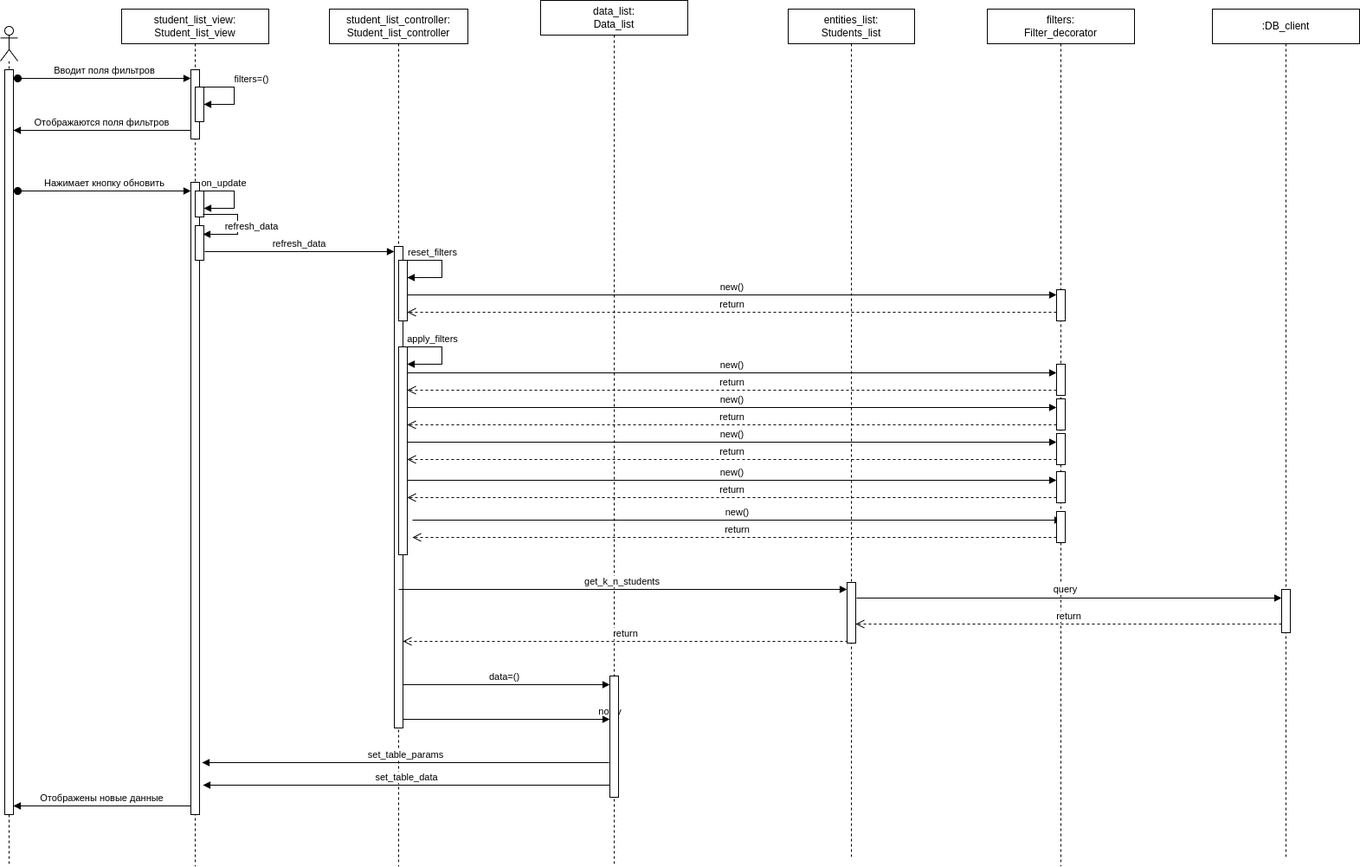
Before: student/media/diagrams/sequence_diagram_for_students_filtering.png, a diagram exported from draw.io (ZaiiiRan/design_patterns). Source tidied: cells renumbered, new cells last; positions are measured from the earlier drawing's top-left corner, leaving out a move shared by most shapes.
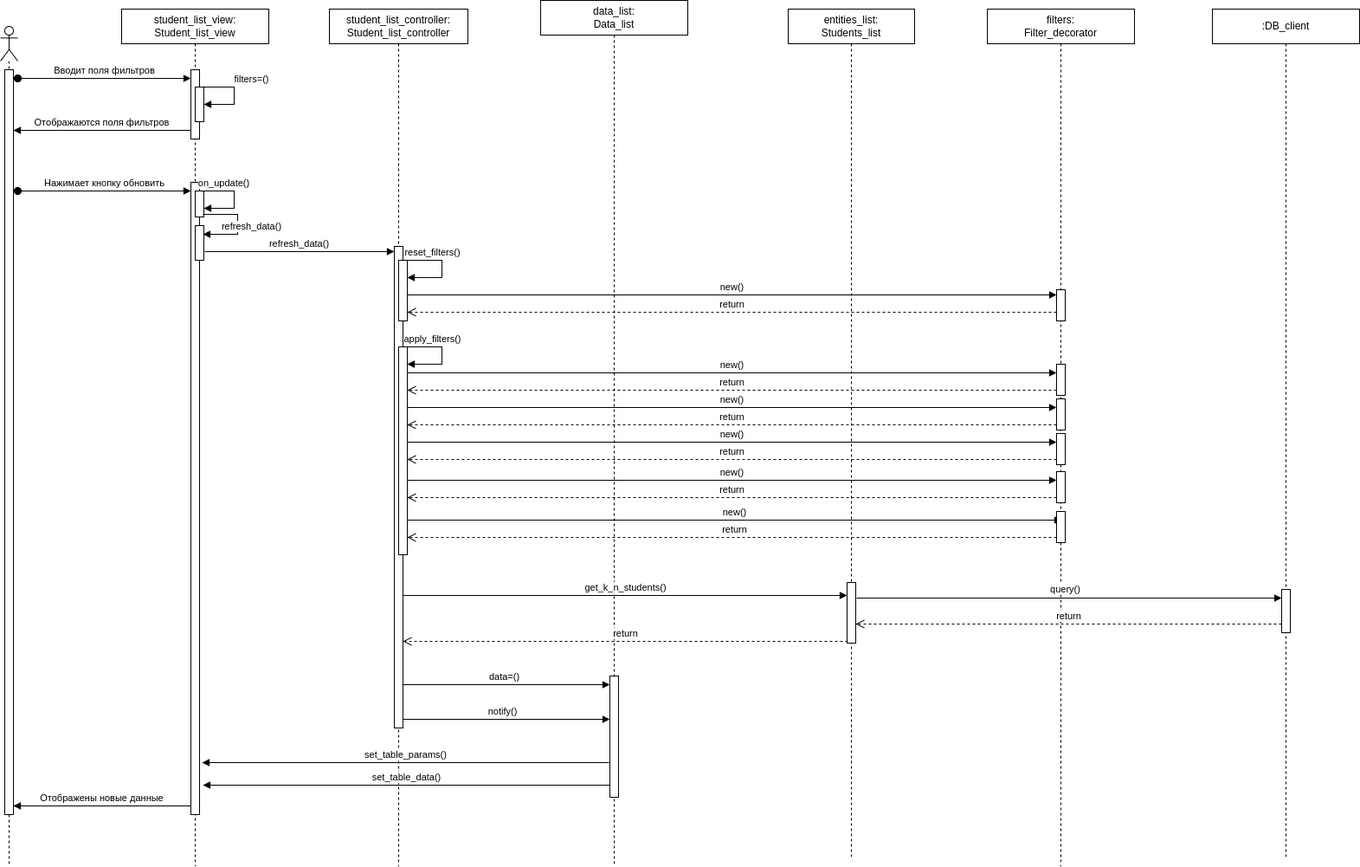
After the change.

Commit message:
5: update sequence diagrams

Change to the diagram source:
```diff
@@ -29,7 +29,7 @@
     <mxCell id="9" style="html=1;points=[[0,0,0,0,5],[0,1,0,0,-5],[1,0,0,0,5],[1,1,0,0,-5]];perimeter=orthogonalPerimeter;outlineConnect=0;targetShapes=umlLifeline;portConstraint=eastwest;newEdgeStyle={&quot;curved&quot;:0,&quot;rounded&quot;:0};" parent="5" vertex="1">
       <mxGeometry x="85" y="210" width="10" height="30" as="geometry" />
     </mxCell>
-    <mxCell id="10" value="on_update" style="html=1;verticalAlign=bottom;endArrow=block;curved=0;rounded=0;" parent="5" edge="1" target="9">
+    <mxCell id="10" value="on_update()" style="html=1;verticalAlign=bottom;endArrow=block;curved=0;rounded=0;" parent="5" edge="1" target="9">
       <mxGeometry x="-0.43" relative="1" as="geometry">
         <mxPoint x="90" y="210" as="sourcePoint" />
         <Array as="points">
@@ -70,25 +70,23 @@
     <mxCell id="20" style="html=1;points=[[0,0,0,0,5],[0,1,0,0,-5],[1,0,0,0,5],[1,1,0,0,-5]];perimeter=orthogonalPerimeter;outlineConnect=0;targetShapes=umlLifeline;portConstraint=eastwest;newEdgeStyle={&quot;curved&quot;:0,&quot;rounded&quot;:0};" parent="19" vertex="1">
       <mxGeometry x="68" y="662" width="10" height="70" as="geometry" />
     </mxCell>
-    <mxCell id="21" value="new()" style="html=1;verticalAlign=bottom;endArrow=block;curved=0;rounded=0;" parent="19" edge="1">
+    <mxCell id="21" value="new()" style="html=1;verticalAlign=bottom;endArrow=block;curved=0;rounded=0;" parent="19" edge="1" source="16">
       <mxGeometry relative="1" as="geometry">
-        <mxPoint x="-434" y="590" as="sourcePoint" />
         <mxPoint x="316" y="590" as="targetPoint" />
       </mxGeometry>
     </mxCell>
-    <mxCell id="22" value="return" style="html=1;verticalAlign=bottom;endArrow=open;dashed=1;endSize=8;curved=0;rounded=0;" parent="19" edge="1">
+    <mxCell id="22" value="return" style="html=1;verticalAlign=bottom;endArrow=open;dashed=1;endSize=8;curved=0;rounded=0;" parent="19" edge="1" target="16">
       <mxGeometry relative="1" as="geometry">
         <mxPoint x="316" y="610" as="sourcePoint" />
-        <mxPoint x="-434" y="610" as="targetPoint" />
       </mxGeometry>
     </mxCell>
-    <mxCell id="23" value="set_table_params" style="html=1;verticalAlign=bottom;endArrow=block;curved=0;rounded=0;" parent="1" edge="1">
+    <mxCell id="23" value="set_table_params()" style="html=1;verticalAlign=bottom;endArrow=block;curved=0;rounded=0;" parent="1" edge="1">
       <mxGeometry relative="1" as="geometry">
         <mxPoint x="703" y="880" as="sourcePoint" />
         <mxPoint x="233" y="880" as="targetPoint" />
       </mxGeometry>
     </mxCell>
-    <mxCell id="24" value="set_table_data" style="html=1;verticalAlign=bottom;endArrow=block;curved=0;rounded=0;" parent="1" edge="1">
+    <mxCell id="24" value="set_table_data()" style="html=1;verticalAlign=bottom;endArrow=block;curved=0;rounded=0;" parent="1" edge="1">
       <mxGeometry relative="1" as="geometry">
         <mxPoint x="704" y="906" as="sourcePoint" />
         <mxPoint x="234" y="906" as="targetPoint" />
@@ -121,7 +119,7 @@
         <mxPoint x="20" y="220" as="sourcePoint" />
       </mxGeometry>
     </mxCell>
-    <mxCell id="29" value="refresh_data" style="html=1;verticalAlign=bottom;endArrow=block;curved=0;rounded=0;entryX=0.9;entryY=0.25;entryDx=0;entryDy=0;entryPerimeter=0;" parent="1" edge="1" target="11">
+    <mxCell id="29" value="refresh_data()" style="html=1;verticalAlign=bottom;endArrow=block;curved=0;rounded=0;entryX=0.9;entryY=0.25;entryDx=0;entryDy=0;entryPerimeter=0;" parent="1" edge="1" target="11">
       <mxGeometry x="0.22" y="-16" relative="1" as="geometry">
         <mxPoint x="234" y="247" as="sourcePoint" />
         <Array as="points">
@@ -131,7 +129,7 @@
         <mxPoint x="16" y="16" as="offset" />
       </mxGeometry>
     </mxCell>
-    <mxCell id="30" value="refresh_data" style="html=1;verticalAlign=bottom;endArrow=block;curved=0;rounded=0;" parent="1" edge="1" target="14">
+    <mxCell id="30" value="refresh_data()" style="html=1;verticalAlign=bottom;endArrow=block;curved=0;rounded=0;" parent="1" edge="1" target="14">
       <mxGeometry relative="1" as="geometry">
         <mxPoint x="236" y="290" as="sourcePoint" />
       </mxGeometry>
@@ -148,7 +146,7 @@
     <mxCell id="34" style="html=1;perimeter=orthogonalPerimeter;targetShapes=umlLifeline;newEdgeStyle={&quot;curved&quot;:0,&quot;rounded&quot;:0};" parent="31" vertex="1">
       <mxGeometry x="80" y="580" width="10" height="36" as="geometry" />
     </mxCell>
-    <mxCell id="35" value="reset_filters" style="html=1;verticalAlign=bottom;endArrow=block;curved=0;rounded=0;" parent="1" edge="1" target="15">
+    <mxCell id="35" value="reset_filters()" style="html=1;verticalAlign=bottom;endArrow=block;curved=0;rounded=0;" parent="1" edge="1" target="15">
       <mxGeometry x="-0.43" relative="1" as="geometry">
         <mxPoint x="470" y="300" as="sourcePoint" />
         <Array as="points">
@@ -167,7 +165,7 @@
         <mxPoint x="1220" y="360" as="sourcePoint" />
       </mxGeometry>
     </mxCell>
-    <mxCell id="38" value="apply_filters" style="html=1;verticalAlign=bottom;endArrow=block;curved=0;rounded=0;" parent="1" edge="1">
+    <mxCell id="38" value="apply_filters()" style="html=1;verticalAlign=bottom;endArrow=block;curved=0;rounded=0;" parent="1" edge="1">
       <mxGeometry x="-0.43" relative="1" as="geometry">
         <mxPoint x="470" y="400" as="sourcePoint" />
         <mxPoint x="470" y="420" as="targetPoint" />
@@ -237,9 +235,10 @@
     <mxCell id="50" style="html=1;points=[[0,0,0,0,5],[0,1,0,0,-5],[1,0,0,0,5],[1,1,0,0,-5]];perimeter=orthogonalPerimeter;outlineConnect=0;targetShapes=umlLifeline;portConstraint=eastwest;newEdgeStyle={&quot;curved&quot;:0,&quot;rounded&quot;:0};" parent="1" vertex="1">
       <mxGeometry x="1480" y="680" width="10" height="50" as="geometry" />
     </mxCell>
-    <mxCell id="51" value="get_k_n_students" style="html=1;verticalAlign=bottom;endArrow=block;curved=0;rounded=0;" parent="1" edge="1" target="20">
+    <mxCell id="51" value="get_k_n_students()" style="html=1;verticalAlign=bottom;endArrow=block;curved=0;rounded=0;" parent="1" edge="1">
       <mxGeometry relative="1" as="geometry">
-        <mxPoint x="460" y="680" as="sourcePoint" />
+        <mxPoint x="465" y="687" as="sourcePoint" />
+        <mxPoint x="978" y="687" as="targetPoint" />
       </mxGeometry>
     </mxCell>
     <mxCell id="52" style="html=1;verticalAlign=bottom;endArrow=block;curved=0;rounded=0;" parent="1" edge="1" target="50">
@@ -247,7 +246,7 @@
         <mxPoint x="989" y="690" as="sourcePoint" />
       </mxGeometry>
     </mxCell>
-    <mxCell id="53" value="query" style="edgeLabel;html=1;align=center;verticalAlign=middle;" parent="52" vertex="1">
+    <mxCell id="53" value="query()" style="edgeLabel;html=1;align=center;verticalAlign=middle;" parent="52" vertex="1">
       <mxGeometry x="-0.02" y="2" relative="1" as="geometry">
         <mxPoint y="-9" as="offset" />
       </mxGeometry>
@@ -263,9 +262,10 @@
         <mxPoint x="979" y="740" as="sourcePoint" />
       </mxGeometry>
     </mxCell>
-    <mxCell id="56" value="notify" style="html=1;verticalAlign=bottom;endArrow=block;curved=0;rounded=0;" parent="1" edge="1" source="58">
-      <mxGeometry relative="1" as="geometry">
+    <mxCell id="56" value="notify()" style="html=1;verticalAlign=bottom;endArrow=block;curved=0;rounded=0;" parent="1" edge="1" source="58">
+      <mxGeometry y="124" relative="1" as="geometry">
         <mxPoint x="704" y="830" as="targetPoint" />
+        <mxPoint x="-124" as="offset" />
       </mxGeometry>
     </mxCell>
     <mxCell id="57" style="html=1;verticalAlign=bottom;endArrow=block;curved=0;rounded=0;" parent="1" edge="1" target="58">
```
